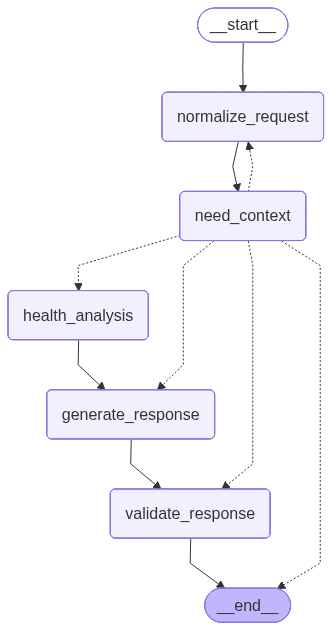
Above: docs/graphs/chat_graph.png in sogang-radai/wave-home-agent (Mermaid), before the change. Its source is kept beside it as docs/graphs/chat_graph.mmd. Its diagram source:
```mermaid
---
config:
  flowchart:
    curve: linear
---
graph TD;
	__start__([<p>__start__</p>]):::first
	normalize_request(normalize_request)
	need_context(need_context)
	health_analysis(health_analysis)
	generate_response(generate_response)
	validate_response(validate_response)
	__end__([<p>__end__</p>]):::last
	__start__ --> normalize_request;
	generate_response --> validate_response;
	health_analysis --> generate_response;
	normalize_request --> need_context;
	validate_response --> __end__;
	need_context -.-> normalize_request;
	need_context -.-> health_analysis;
	need_context -.-> generate_response;
	need_context -.-> validate_response;
	need_context -.-> __end__;
	classDef default fill:#f2f0ff,line-height:1.2
	classDef first fill-opacity:0
	classDef last fill:#bfb6fc
```
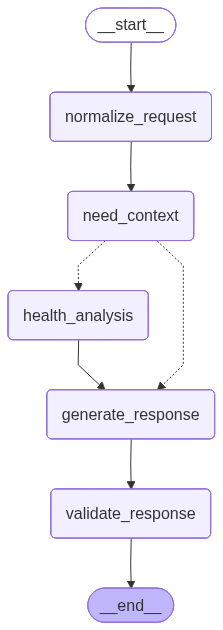
Above is the later version.

Change to the diagram source:
```diff
@@ -14,13 +14,10 @@
 	__start__ --> normalize_request;
 	generate_response --> validate_response;
 	health_analysis --> generate_response;
+	need_context -.-> generate_response;
+	need_context -.-> health_analysis;
 	normalize_request --> need_context;
 	validate_response --> __end__;
-	need_context -.-> normalize_request;
-	need_context -.-> health_analysis;
-	need_context -.-> generate_response;
-	need_context -.-> validate_response;
-	need_context -.-> __end__;
 	classDef default fill:#f2f0ff,line-height:1.2
 	classDef first fill-opacity:0
 	classDef last fill:#bfb6fc
```
